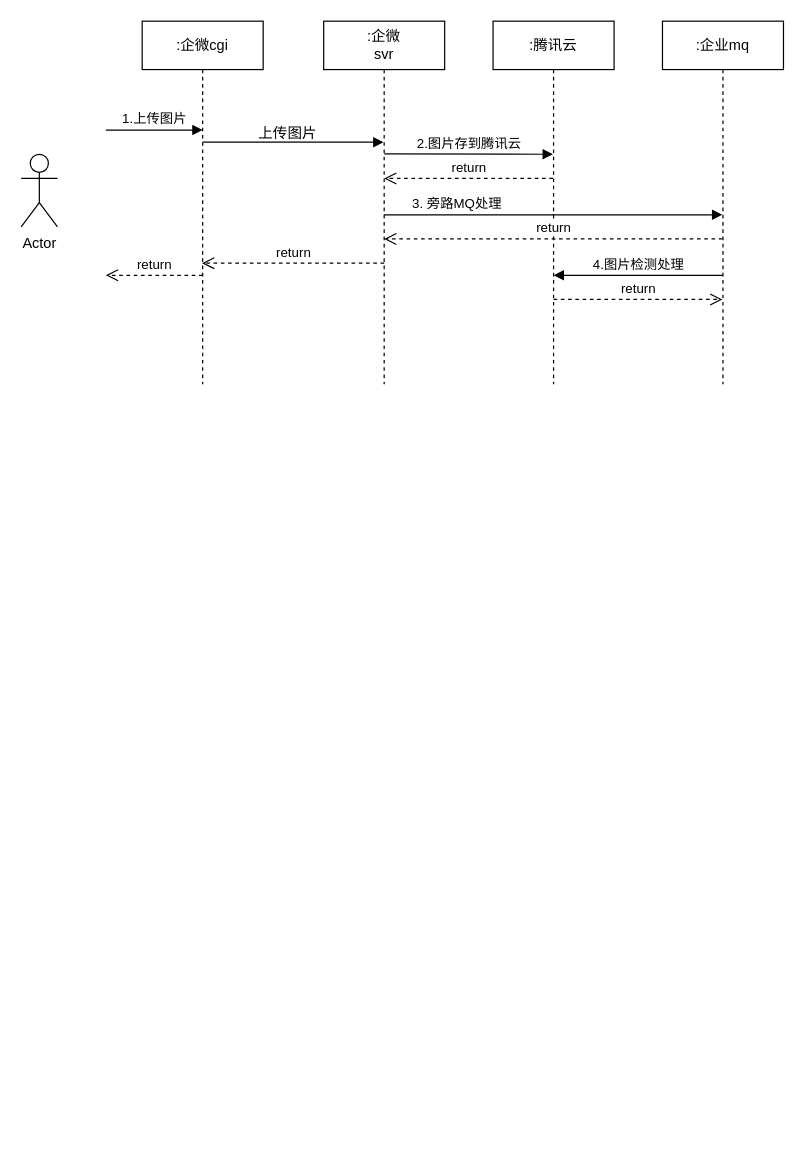
This is 专利.drawio from gaoyubin/draw.io, a draw.io file, before an edit. Source tidied: cells renumbered, new cells numbered last; positions are measured from the earlier drawing's top-left corner, leaving out a move shared by most shapes. Both pictures are drawn from the tidied source at 121%, with x=0, y=0 at pixel (21, 21).
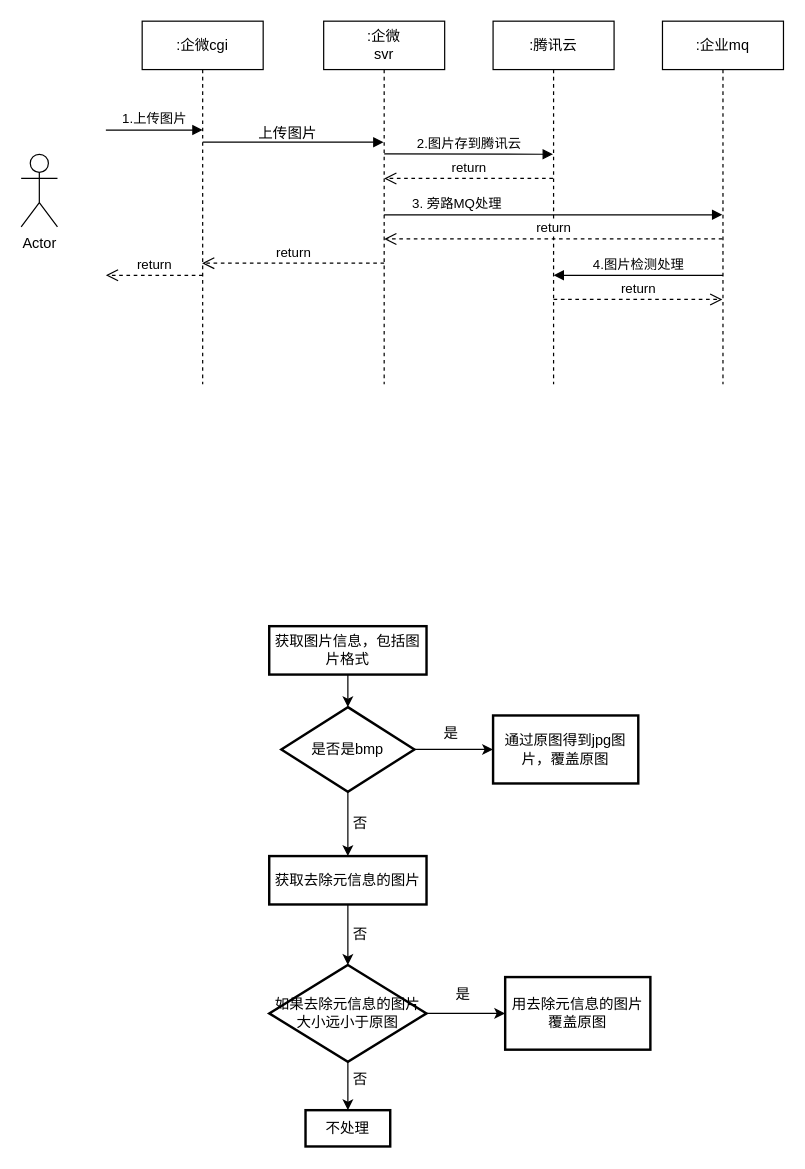
After the change.

Diff of the diagram source:
```diff
@@
+    <mxCell id="18" style="edgeStyle=orthogonalEdgeStyle;rounded=0;jettySize=auto;html=1;" parent="1" edge="1" source="20" target="21">
+      <mxGeometry relative="1" as="geometry" />
+    </mxCell>
+    <mxCell id="19" style="edgeStyle=orthogonalEdgeStyle;rounded=0;jettySize=auto;html=1;" parent="1" edge="1" source="20" target="24">
+      <mxGeometry relative="1" as="geometry" />
+    </mxCell>
+    <mxCell id="20" value="是否是bmp" style="strokeWidth=2;html=1;shape=mxgraph.flowchart.decision;whiteSpace=wrap;" parent="1" vertex="1">
+      <mxGeometry x="215" y="566.9" width="110" height="70" as="geometry" />
+    </mxCell>
+    <mxCell id="21" value="通过原图得到jpg图片，覆盖原图" style="whiteSpace=wrap;html=1;strokeWidth=2;" parent="1" vertex="1">
+      <mxGeometry x="390" y="573.8" width="120" height="56.2" as="geometry" />
+    </mxCell>
+    <mxCell id="22" value="是" style="text;html=1;align=center;verticalAlign=middle;strokeColor=none;fillColor=none;" parent="1" vertex="1">
+      <mxGeometry x="335" y="573.8" width="40" height="30" as="geometry" />
+    </mxCell>
+    <mxCell id="23" style="edgeStyle=orthogonalEdgeStyle;rounded=0;jettySize=auto;html=1;" parent="1" edge="1" source="24" target="27">
+      <mxGeometry relative="1" as="geometry" />
+    </mxCell>
+    <mxCell id="24" value="获取去除元信息的图片" style="whiteSpace=wrap;html=1;strokeWidth=2;" parent="1" vertex="1">
+      <mxGeometry x="205" y="690" width="130" height="40" as="geometry" />
+    </mxCell>
+    <mxCell id="25" style="edgeStyle=orthogonalEdgeStyle;rounded=0;jettySize=auto;html=1;" parent="1" edge="1" source="27" target="28">
+      <mxGeometry relative="1" as="geometry" />
+    </mxCell>
+    <mxCell id="26" style="edgeStyle=orthogonalEdgeStyle;rounded=0;jettySize=auto;html=1;" parent="1" edge="1" source="27" target="29">
+      <mxGeometry relative="1" as="geometry" />
+    </mxCell>
+    <mxCell id="27" value="如果去除元信息的图片大小远小于原图" style="rhombus;whiteSpace=wrap;html=1;strokeWidth=2;" parent="1" vertex="1">
+      <mxGeometry x="205" y="780" width="130" height="80" as="geometry" />
+    </mxCell>
+    <mxCell id="28" value="用去除元信息的图片覆盖原图" style="whiteSpace=wrap;html=1;strokeWidth=2;" parent="1" vertex="1">
+      <mxGeometry x="400" y="790" width="120" height="60" as="geometry" />
+    </mxCell>
+    <mxCell id="29" value="不处理" style="whiteSpace=wrap;html=1;strokeWidth=2;" parent="1" vertex="1">
+      <mxGeometry x="235" y="900" width="70" height="30" as="geometry" />
+    </mxCell>
+    <mxCell id="30" value="否" style="text;html=1;align=center;verticalAlign=middle;strokeColor=none;fillColor=none;" parent="1" vertex="1">
+      <mxGeometry x="260" y="648" width="40" height="30" as="geometry" />
+    </mxCell>
+    <mxCell id="31" value="否" style="text;html=1;align=center;verticalAlign=middle;strokeColor=none;fillColor=none;" parent="1" vertex="1">
+      <mxGeometry x="260" y="740" width="40" height="30" as="geometry" />
+    </mxCell>
+    <mxCell id="32" value="否" style="text;html=1;align=center;verticalAlign=middle;strokeColor=none;fillColor=none;" parent="1" vertex="1">
+      <mxGeometry x="260" y="860" width="40" height="30" as="geometry" />
+    </mxCell>
+    <mxCell id="33" value="是" style="text;html=1;align=center;verticalAlign=middle;strokeColor=none;fillColor=none;" parent="1" vertex="1">
+      <mxGeometry x="345" y="790" width="40" height="30" as="geometry" />
+    </mxCell>
+    <mxCell id="34" style="edgeStyle=orthogonalEdgeStyle;rounded=0;jettySize=auto;html=1;entryX=0.5;entryY=0;entryDx=0;entryDy=0;entryPerimeter=0;" parent="1" edge="1" source="35" target="20">
+      <mxGeometry relative="1" as="geometry" />
+    </mxCell>
+    <mxCell id="35" value="获取图片信息，包括图片格式" style="whiteSpace=wrap;html=1;strokeWidth=2;" parent="1" vertex="1">
+      <mxGeometry x="205" y="500" width="130" height="40" as="geometry" />
+    </mxCell>
```
